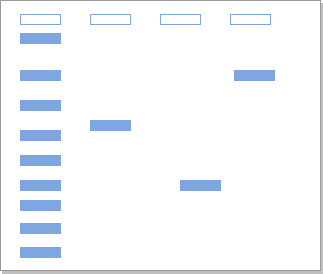
The draw.io diagram experiment/simulation/images/outputgel.png in virtual-labs/exp-dna-agarose-gel-electrophoresis-iitkgp, before a commit. Source tidied: cells renumbered, new cells last; positions are measured from the earlier drawing's top-left corner, leaving out a move shared by most shapes.
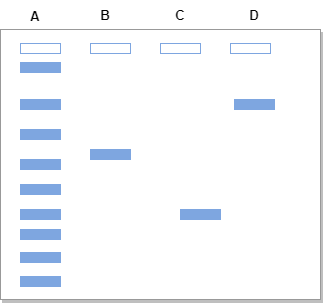
The same diagram one commit later.

Change to the diagram source:
```diff
@@ -53,5 +53,17 @@
     <mxCell id="18" style="rounded=0;whiteSpace=wrap;html=1;fillColor=#7EA6E0;strokeColor=#7EA6E0;" parent="1" vertex="1">
       <mxGeometry x="20" y="247" width="40" height="10" as="geometry" />
     </mxCell>
+    <mxCell id="19" value="A" style="text;html=1;strokeColor=none;fillColor=none;align=center;verticalAlign=middle;whiteSpace=wrap;rounded=0;fontStyle=1;fontSize=13;" parent="1" vertex="1">
+      <mxGeometry x="5" y="-28" width="60" height="30" as="geometry" />
+    </mxCell>
+    <mxCell id="20" value="B" style="text;html=1;strokeColor=none;fillColor=none;align=center;verticalAlign=middle;whiteSpace=wrap;rounded=0;fontStyle=1;fontSize=13;" parent="1" vertex="1">
+      <mxGeometry x="75" y="-29" width="60" height="30" as="geometry" />
+    </mxCell>
+    <mxCell id="21" value="C" style="text;html=1;strokeColor=none;fillColor=none;align=center;verticalAlign=middle;whiteSpace=wrap;rounded=0;fontStyle=1;fontSize=13;" parent="1" vertex="1">
+      <mxGeometry x="150" y="-29" width="60" height="30" as="geometry" />
+    </mxCell>
+    <mxCell id="22" value="D" style="text;html=1;strokeColor=none;fillColor=none;align=center;verticalAlign=middle;whiteSpace=wrap;rounded=0;fontStyle=1;fontSize=13;" parent="1" vertex="1">
+      <mxGeometry x="224" y="-29" width="60" height="30" as="geometry" />
+    </mxCell>
   </root>
 </mxGraphModel>
```
